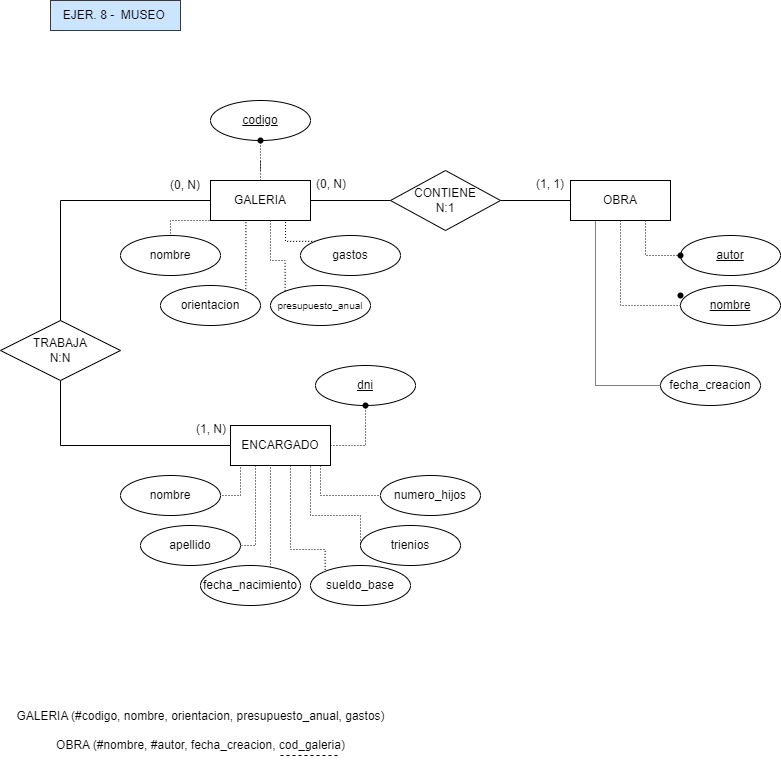
This is ejer8_museo.png from mdrp93/BASE-DE-DATOS, a draw.io export, as it was before one commit. Source tidied: cells renumbered, new cells last; positions are measured from the earlier drawing's top-left corner, leaving out a move shared by most shapes.
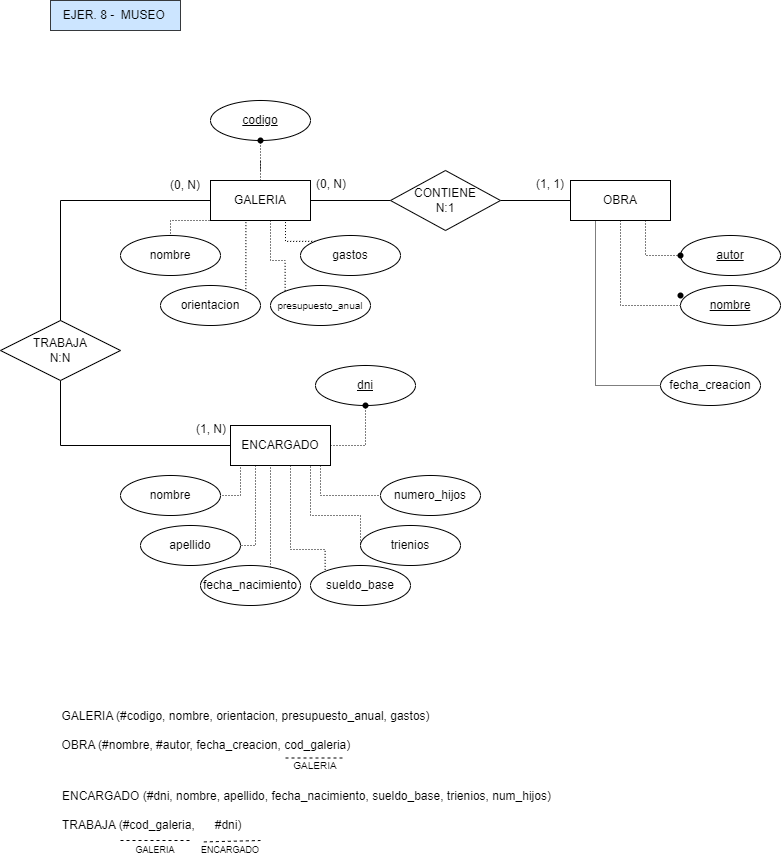
Above is the later version.

The edit, as a diff of the source:
```diff
@@ -228,13 +228,32 @@
     <mxCell id="57" style="shape=waypoint;sketch=0;fillStyle=solid;size=6;fillColor=none;perimeter=centerPerimeter;" parent="1" vertex="1">
       <mxGeometry x="670" y="245" width="20" height="20" as="geometry" />
     </mxCell>
-    <mxCell id="58" value="&lt;font style=&quot;font-size: 12px;&quot;&gt;GALERIA (#codigo, nombre, orientacion, presupuesto_anual, gastos)&lt;br&gt;&lt;br&gt;OBRA (#nombre, #autor, fecha_creacion, cod_galeria)&lt;/font&gt;" style="text;html=1;align=center;verticalAlign=middle;points=[];strokeColor=none;fillColor=none;" parent="1" vertex="1">
-      <mxGeometry x="5" y="700" width="390" height="60" as="geometry" />
+    <mxCell id="58" value="&lt;font style=&quot;font-size: 12px;&quot;&gt;GALERIA (#codigo, nombre, orientacion, presupuesto_anual, gastos)&lt;br&gt;&lt;br&gt;&lt;div style=&quot;text-align: justify;&quot;&gt;&lt;span style=&quot;background-color: initial;&quot;&gt;OBRA (#nombre, #autor, fecha_creacion, cod_galeria)&lt;/span&gt;&lt;/div&gt;&lt;/font&gt;" style="text;html=1;align=center;verticalAlign=middle;points=[];strokeColor=none;fillColor=none;" parent="1" vertex="1">
+      <mxGeometry x="50" y="700" width="390" height="60" as="geometry" />
     </mxCell>
-    <mxCell id="59" style="endArrow=none;dashed=1;html=1;rounded=0;entryX=0.859;entryY=0.917;entryDx=0;entryDy=0;entryPerimeter=0;" parent="1" edge="1" target="58">
-      <mxGeometry relative="1" as="geometry">
-        <mxPoint x="280" y="755" as="sourcePoint" />
-      </mxGeometry>
+    <mxCell id="59" style="endArrow=none;dashed=1;html=1;rounded=0;entryX=1;entryY=0.25;entryDx=0;entryDy=0;exitX=0;exitY=0.25;exitDx=0;exitDy=0;" parent="1" edge="1" source="60" target="60">
+      <mxGeometry relative="1" as="geometry" />
     </mxCell>
+    <mxCell id="60" value="GALERIA" style="text;html=1;strokeColor=none;fillColor=none;align=center;verticalAlign=middle;whiteSpace=wrap;rounded=0;fontSize=10;" parent="1" vertex="1">
+      <mxGeometry x="285" y="750" width="60" height="30" as="geometry" />
+    </mxCell>
+    <mxCell id="61" value="&lt;div style=&quot;text-align: justify;&quot;&gt;&lt;span style=&quot;background-color: initial;&quot;&gt;ENCARGADO (#dni, nombre, apellido, fecha_nacimiento, sueldo_base, trienios, num_hijos)&lt;/span&gt;&lt;/div&gt;&lt;font style=&quot;&quot;&gt;&lt;div style=&quot;text-align: justify;&quot;&gt;&lt;br&gt;&lt;/div&gt;&lt;div style=&quot;text-align: justify;&quot;&gt;&lt;span style=&quot;background-color: initial;&quot;&gt;TRABAJA (#cod_galeria,&amp;nbsp; &amp;nbsp; &amp;nbsp; #dni)&lt;/span&gt;&lt;/div&gt;&lt;/font&gt;" style="text;html=1;align=left;verticalAlign=middle;strokeColor=none;fillColor=none;" parent="1" vertex="1">
+      <mxGeometry x="60" y="780" width="510" height="60" as="geometry" />
+    </mxCell>
+    <mxCell id="62" style="endArrow=none;dashed=1;html=1;rounded=0;exitX=0.056;exitY=0.071;exitDx=0;exitDy=0;exitPerimeter=0;entryX=1;entryY=0;entryDx=0;entryDy=0;" parent="1" edge="1" source="63" target="63">
+      <mxGeometry relative="1" as="geometry" />
+    </mxCell>
+    <mxCell id="63" value="ENCARGADO" style="text;html=1;strokeColor=none;fillColor=none;align=center;verticalAlign=middle;whiteSpace=wrap;rounded=0;fontSize=9;" parent="1" vertex="1">
+      <mxGeometry x="200" y="840" width="60" height="20" as="geometry" />
+    </mxCell>
+    <mxCell id="64" style="group;" parent="1" vertex="1">
+      <mxGeometry x="120" y="840" width="70" height="20" as="geometry" />
+    </mxCell>
+    <mxCell id="65" value="GALERIA" style="text;html=1;strokeColor=none;fillColor=none;align=center;verticalAlign=middle;whiteSpace=wrap;rounded=0;fontSize=9;" parent="64" vertex="1">
+      <mxGeometry width="70" height="20" as="geometry" />
+    </mxCell>
+    <mxCell id="66" style="endArrow=none;dashed=1;html=1;rounded=0;exitX=0;exitY=0;exitDx=0;exitDy=0;entryX=1;entryY=0;entryDx=0;entryDy=0;" parent="64" edge="1" source="65" target="65">
+      <mxGeometry relative="1" as="geometry" />
+    </mxCell>
   </root>
 </mxGraphModel>
```
